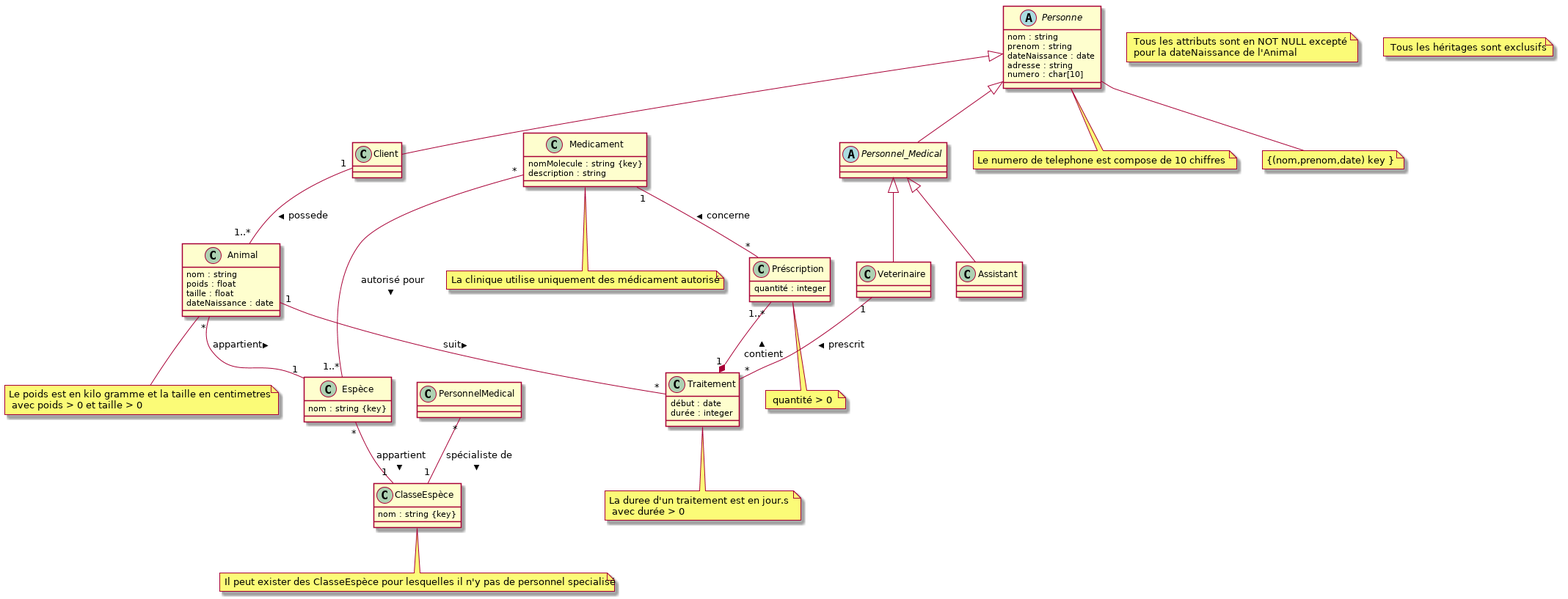
Above: clinique_uml_v1.png in giacat-tran0198/PHP_Veterinary_Clinic (PlantUML), before the change.
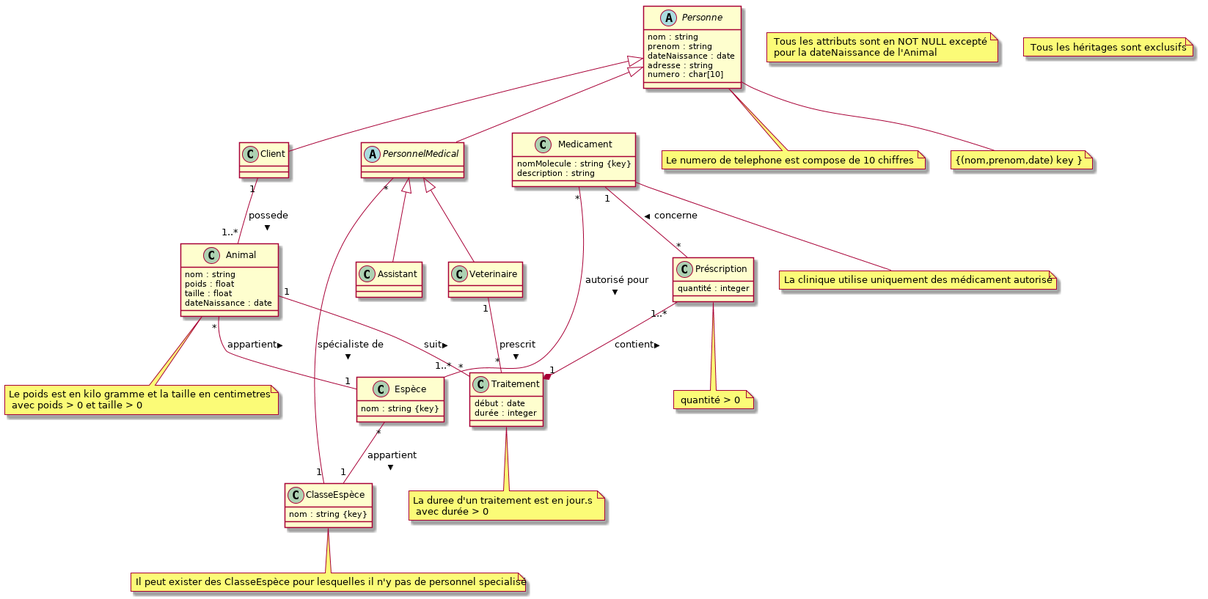
Later version of the same file.

Commit message:
Affichage de PersonnelMedical et non avec _

The edit, as a diff of the source:
```diff
@@ -56,7 +56,7 @@
 }
 
 
-abstract class Personnel_Medical
+abstract class PersonnelMedical
 abstract class Personne
 
 Veterinaire "1" -- "*" Traitement : prescrit  >
@@ -71,9 +71,9 @@
 
 
 Personne            <|-- Client
-Personne            <|-- Personnel_Medical
-Personnel_Medical   <|-- Veterinaire
-Personnel_Medical   <|-- Assistant
+Personne            <|-- PersonnelMedical
+PersonnelMedical   <|-- Veterinaire
+PersonnelMedical   <|-- Assistant
 
 
 note "Le numero de telephone est compose de 10 chiffres " as N1
```
